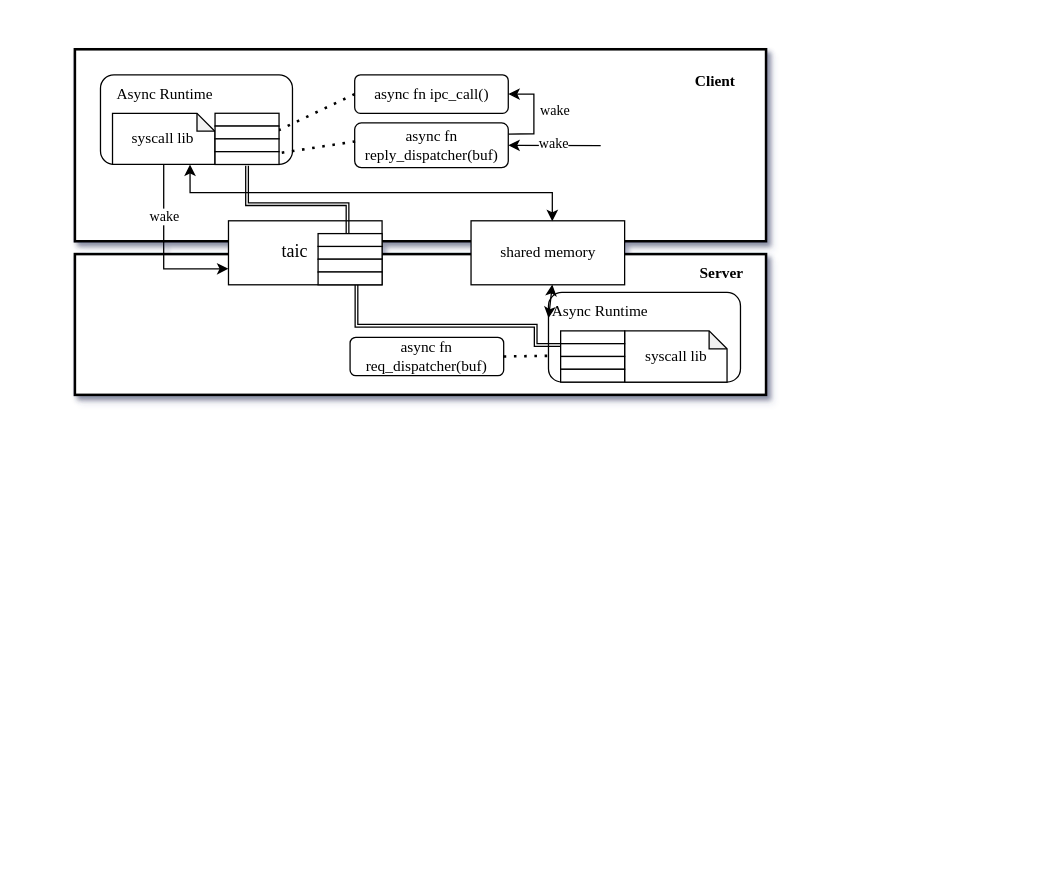
The draw.io diagram async_framework.drawio in wyatt-dai/GraduationProject, before the edit. Source tidied: cells renumbered, new cells numbered last; positions are measured from the earlier drawing's top-left corner, leaving out a move shared by most shapes. Both pictures are drawn from the tidied source at 128%, with x=0, y=0 at pixel (74, 49).
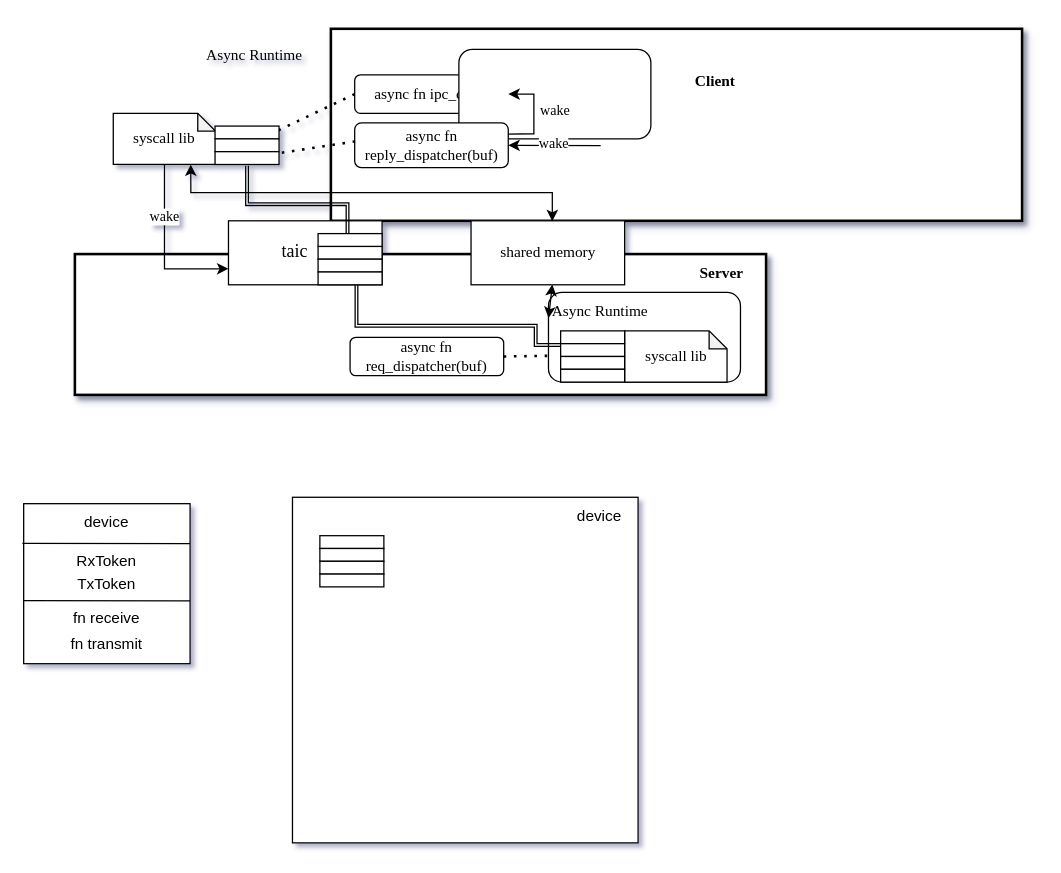
The same page after the edit.

Diff of the diagram source:
```diff
@@
     <mxCell id="2" style="rounded=0;whiteSpace=wrap;html=1;strokeWidth=2;shadow=1;" parent="1" vertex="1">
-      <mxGeometry width="540" height="150" as="geometry" />
+      <mxGeometry x="200" y="-16" width="540" height="150" as="geometry" />
     </mxCell>
@@
     <mxCell id="7" style="rounded=1;whiteSpace=wrap;html=1;" parent="1" vertex="1">
-      <mxGeometry x="20" y="20" width="150" height="70" as="geometry" />
+      <mxGeometry x="300" width="150" height="70" as="geometry" />
     </mxCell>
@@
     <mxCell id="9" value="&lt;font face=&quot;Times New Roman&quot;&gt;Async Runtime&lt;/font&gt;" style="text;html=1;align=center;verticalAlign=middle;strokeColor=none;fillColor=none;" parent="1" vertex="1">
-      <mxGeometry x="20" y="20" width="100" height="30" as="geometry" />
+      <mxGeometry x="90" y="-10" width="100" height="30" as="geometry" />
     </mxCell>
@@
     <mxCell id="12" value="&lt;font face=&quot;Times New Roman&quot;&gt;syscall lib&lt;/font&gt;" style="shape=note;whiteSpace=wrap;html=1;backgroundOutline=1;darkOpacity=0.05;size=14;" parent="1" vertex="1">
-      <mxGeometry x="29.4" y="50" width="80" height="40" as="geometry" />
+      <mxGeometry x="30" y="50" width="80" height="40" as="geometry" />
     </mxCell>
@@
-    <mxCell id="35" style="rounded=0;whiteSpace=wrap;html=1;" parent="1" vertex="1">
-      <mxGeometry x="109.5" y="50" width="50" height="10" as="geometry" />
-    </mxCell>
@@
+    <mxCell id="42" style="rounded=0;whiteSpace=wrap;html=1;" parent="1" vertex="1">
+      <mxGeometry x="170" y="350" width="270" height="270" as="geometry" />
+    </mxCell>
+    <mxCell id="43" value="device" style="text;html=1;align=center;verticalAlign=middle;whiteSpace=wrap;rounded=0;" parent="1" vertex="1">
+      <mxGeometry x="380" y="350" width="60" height="30" as="geometry" />
+    </mxCell>
+    <mxCell id="44" style="rounded=0;whiteSpace=wrap;html=1;" parent="1" vertex="1">
+      <mxGeometry x="191.4" y="380" width="50" height="10" as="geometry" />
+    </mxCell>
+    <mxCell id="45" style="rounded=0;whiteSpace=wrap;html=1;" parent="1" vertex="1">
+      <mxGeometry x="191.4" y="390" width="50" height="10" as="geometry" />
+    </mxCell>
+    <mxCell id="46" style="rounded=0;whiteSpace=wrap;html=1;" parent="1" vertex="1">
+      <mxGeometry x="191.4" y="400" width="50" height="10" as="geometry" />
+    </mxCell>
+    <mxCell id="47" style="rounded=0;whiteSpace=wrap;html=1;" parent="1" vertex="1">
+      <mxGeometry x="191.4" y="410" width="50" height="10" as="geometry" />
+    </mxCell>
+    <mxCell id="48" style="rounded=0;whiteSpace=wrap;html=1;" parent="1" vertex="1">
+      <mxGeometry x="-40" y="355" width="130" height="125" as="geometry" />
+    </mxCell>
+    <mxCell id="49" value="device" style="text;html=1;align=center;verticalAlign=middle;whiteSpace=wrap;rounded=0;" parent="1" vertex="1">
+      <mxGeometry x="-5" y="355" width="60" height="30" as="geometry" />
+    </mxCell>
+    <mxCell id="50" style="endArrow=none;html=1;rounded=0;entryX=1;entryY=0.608;entryDx=0;entryDy=0;entryPerimeter=0;exitX=-0.015;exitY=0.606;exitDx=0;exitDy=0;exitPerimeter=0;" parent="1" edge="1" target="48">
+      <mxGeometry relative="1" as="geometry">
+        <mxPoint x="-40" y="430.7" as="sourcePoint" />
+      </mxGeometry>
+    </mxCell>
+    <mxCell id="51" value="RxToken" style="text;html=1;align=center;verticalAlign=middle;whiteSpace=wrap;rounded=0;" parent="1" vertex="1">
+      <mxGeometry x="-5" y="385" width="60" height="30" as="geometry" />
+    </mxCell>
+    <mxCell id="52" value="TxToken" style="text;html=1;align=center;verticalAlign=middle;whiteSpace=wrap;rounded=0;" parent="1" vertex="1">
+      <mxGeometry x="-5" y="402.5" width="60" height="30" as="geometry" />
+    </mxCell>
+    <mxCell id="53" style="endArrow=none;html=1;rounded=0;entryX=1;entryY=0.25;entryDx=0;entryDy=0;" parent="1" edge="1" target="48">
+      <mxGeometry relative="1" as="geometry">
+        <mxPoint x="-41" y="386" as="sourcePoint" />
+      </mxGeometry>
+    </mxCell>
+    <mxCell id="54" value="fn receive" style="text;html=1;align=center;verticalAlign=middle;whiteSpace=wrap;rounded=0;" parent="1" vertex="1">
+      <mxGeometry x="-5" y="430" width="60" height="30" as="geometry" />
+    </mxCell>
+    <mxCell id="55" value="fn&amp;nbsp;transmit" style="text;html=1;align=center;verticalAlign=middle;whiteSpace=wrap;rounded=0;" parent="1" vertex="1">
+      <mxGeometry x="-5" y="450" width="60" height="30" as="geometry" />
+    </mxCell>
```
